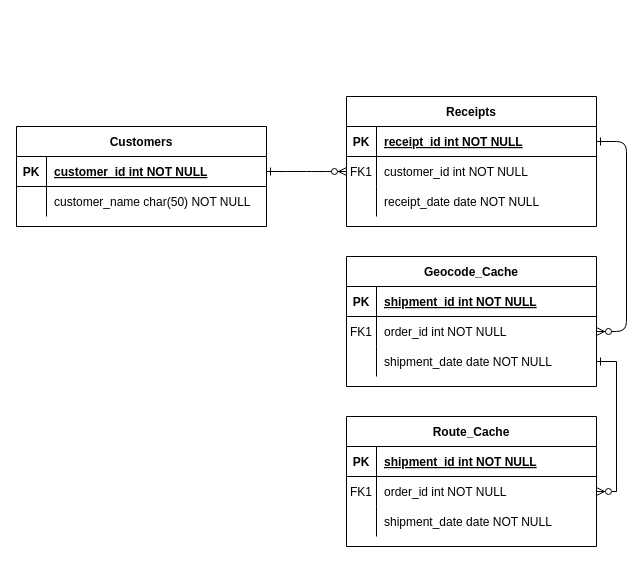
The draw.io diagram diagrams/garoca_database.drawio in Mokohn/GAROCA, before the edit. Source tidied: cells renumbered, new cells numbered last; positions are measured from the earlier drawing's top-left corner, leaving out a move shared by most shapes. Both pictures are drawn from the tidied source at 100%, with x=0, y=0 at pixel (16, 96).
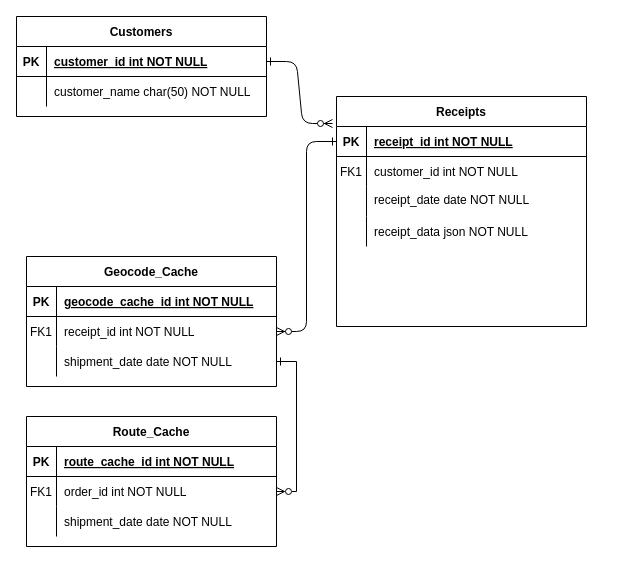
After the change.

The change refers to these unchanged cells:
```xml
<mxCell id="5" style="shape=partialRectangle;fillColor=none;points=[[0,0.5],[1,0.5]];portConstraint=eastwest;top=0;left=0;right=0;bottom=1;" parent="4" vertex="1">
  <mxGeometry y="30" width="250" height="30" as="geometry" />
</mxCell>
<mxCell id="8" style="shape=partialRectangle;fillColor=none;points=[[0,0.5],[1,0.5]];portConstraint=eastwest;top=0;left=0;right=0;bottom=0;" parent="4" vertex="1">
  <mxGeometry y="60" width="250" height="30" as="geometry" />
</mxCell>
<mxCell id="11" style="shape=partialRectangle;fillColor=none;top=0;left=0;right=0;bottom=0;" parent="4" vertex="1">
  <mxGeometry y="90" width="250" height="30" as="geometry" />
</mxCell>
<mxCell id="15" style="shape=partialRectangle;fillColor=none;top=0;left=0;right=0;bottom=1;" parent="14" vertex="1">
  <mxGeometry y="30" width="250" height="30" as="geometry" />
</mxCell>
<mxCell id="18" style="shape=partialRectangle;fillColor=none;points=[[0,0.5],[1,0.5]];portConstraint=eastwest;top=0;left=0;right=0;bottom=0;" parent="14" vertex="1">
  <mxGeometry y="60" width="250" height="30" as="geometry" />
</mxCell>
<mxCell id="25" style="shape=partialRectangle;fillColor=none;points=[[0,0.5],[1,0.5]];portConstraint=eastwest;top=0;left=0;right=0;bottom=1;" parent="24" vertex="1">
  <mxGeometry y="30" width="250" height="30" as="geometry" />
</mxCell>
<mxCell id="32" style="shape=partialRectangle;fillColor=none;top=0;left=0;right=0;bottom=1;" parent="31" vertex="1">
  <mxGeometry y="30" width="250" height="30" as="geometry" />
</mxCell>
```

What changed in the source:
```diff
@@
-    <mxCell id="2" style="edgeStyle=entityRelationEdgeStyle;endArrow=ERzeroToMany;startArrow=ERone;endFill=1;startFill=0;" parent="1" edge="1" source="25" target="8">
+    <mxCell id="2" style="edgeStyle=entityRelationEdgeStyle;endArrow=ERzeroToMany;startArrow=ERone;endFill=1;startFill=0;entryX=-0.016;entryY=-0.1;entryDx=0;entryDy=0;entryPerimeter=0;" parent="1" edge="1" source="25" target="5">
       <mxGeometry relative="1" as="geometry" />
     </mxCell>
@@
     <mxCell id="4" value="Receipts" style="shape=table;startSize=30;childLayout=tableLayout;rowLines=0;fontStyle=1;align=center;" parent="1" vertex="1">
-      <mxGeometry x="330" width="250" height="130" as="geometry" />
+      <mxGeometry x="320" width="250" height="230" as="geometry" />
     </mxCell>
@@
-    <mxCell id="12" style="shape=partialRectangle;overflow=hidden;fillColor=none;top=0;left=0;bottom=0;right=0;" parent="11" vertex="1">
+    <mxCell id="12" style="shape=partialRectangle;overflow=hidden;fillColor=none;top=0;left=0;bottom=0;right=0;strokeColor=inherit;" parent="11" vertex="1">
       <mxGeometry width="30" height="30" as="geometry" />
     </mxCell>
-    <mxCell id="13" value="receipt_date date NOT NULL" style="shape=partialRectangle;overflow=hidden;fillColor=none;top=0;left=0;bottom=0;right=0;align=left;spacingLeft=6;" parent="11" vertex="1">
+    <mxCell id="13" style="shape=partialRectangle;overflow=hidden;fillColor=none;top=0;left=0;bottom=0;right=0;align=left;spacingLeft=6;" parent="11" vertex="1">
       <mxGeometry x="30" width="220" height="30" as="geometry" />
     </mxCell>
+    <mxCell id="42" style="shape=tableRow;horizontal=0;startSize=0;swimlaneHead=0;swimlaneBody=0;fillColor=none;top=0;left=0;right=0;bottom=0;" parent="4" vertex="1">
+      <mxGeometry y="120" width="250" height="30" as="geometry" />
+    </mxCell>
+    <mxCell id="43" style="shape=partialRectangle;fillColor=none;top=0;left=0;bottom=0;right=0;overflow=hidden;" parent="42" vertex="1">
+      <mxGeometry width="30" height="30" as="geometry" />
+    </mxCell>
+    <mxCell id="44" value="receipt_data json NOT NULL" style="shape=partialRectangle;fillColor=none;top=0;left=0;bottom=0;right=0;align=left;spacingLeft=6;overflow=hidden;" parent="42" vertex="1">
+      <mxGeometry x="30" width="220" height="30" as="geometry" />
+    </mxCell>
     <mxCell id="14" value="Geocode_Cache" style="shape=table;startSize=30;childLayout=tableLayout;rowLines=0;fontStyle=1;align=center;" parent="1" vertex="1">
-      <mxGeometry x="330" y="160" width="250" height="130" as="geometry" />
+      <mxGeometry x="10" y="160" width="250" height="130" as="geometry" />
     </mxCell>
@@
-    <mxCell id="17" value="shipment_id int NOT NULL " style="shape=partialRectangle;overflow=hidden;fillColor=none;top=0;left=0;bottom=0;right=0;align=left;spacingLeft=6;fontStyle=5;" parent="15" vertex="1">
+    <mxCell id="17" value="geocode_cache_id int NOT NULL " style="shape=partialRectangle;overflow=hidden;fillColor=none;top=0;left=0;bottom=0;right=0;align=left;spacingLeft=6;fontStyle=5;" parent="15" vertex="1">
       <mxGeometry x="30" width="220" height="30" as="geometry" />
     </mxCell>
@@
-    <mxCell id="20" value="order_id int NOT NULL" style="shape=partialRectangle;overflow=hidden;fillColor=none;top=0;left=0;bottom=0;right=0;align=left;spacingLeft=6;" parent="18" vertex="1">
+    <mxCell id="20" value="receipt_id int NOT NULL" style="shape=partialRectangle;overflow=hidden;fillColor=none;top=0;left=0;bottom=0;right=0;align=left;spacingLeft=6;" parent="18" vertex="1">
       <mxGeometry x="30" width="220" height="30" as="geometry" />
     </mxCell>
@@
     <mxCell id="24" value="Customers" style="shape=table;startSize=30;childLayout=tableLayout;rowLines=0;fontStyle=1;align=center;" parent="1" vertex="1">
-      <mxGeometry y="30" width="250" height="100" as="geometry" />
+      <mxGeometry y="-80" width="250" height="100" as="geometry" />
     </mxCell>
@@
     <mxCell id="31" value="Route_Cache" style="shape=table;startSize=30;childLayout=tableLayout;rowLines=0;fontStyle=1;align=center;" parent="1" vertex="1">
-      <mxGeometry x="330" y="320" width="250" height="130" as="geometry" />
+      <mxGeometry x="10" y="320" width="250" height="130" as="geometry" />
     </mxCell>
@@
-    <mxCell id="34" value="shipment_id int NOT NULL " style="shape=partialRectangle;overflow=hidden;fillColor=none;top=0;left=0;bottom=0;right=0;align=left;spacingLeft=6;fontStyle=5;" parent="32" vertex="1">
+    <mxCell id="34" value="route_cache_id int NOT NULL " style="shape=partialRectangle;overflow=hidden;fillColor=none;top=0;left=0;bottom=0;right=0;align=left;spacingLeft=6;fontStyle=5;" parent="32" vertex="1">
       <mxGeometry x="30" width="220" height="30" as="geometry" />
     </mxCell>
@@
+    <mxCell id="45" value="receipt_date date NOT NULL" style="shape=partialRectangle;overflow=hidden;fillColor=none;top=0;left=0;bottom=0;right=0;align=left;spacingLeft=6;" parent="1" vertex="1">
+      <mxGeometry x="350" y="50" width="220" height="105" as="geometry" />
+    </mxCell>
```
